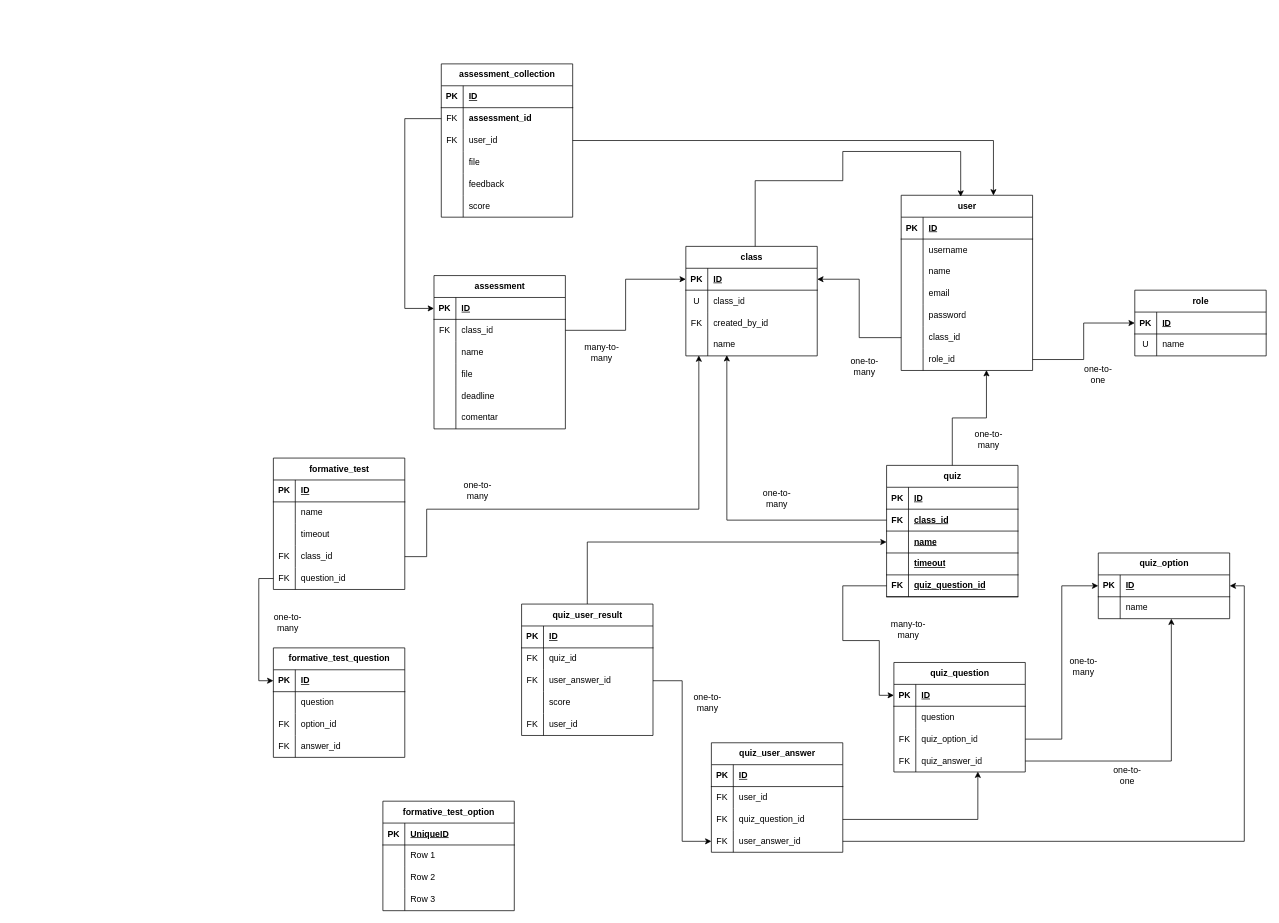
Earlier version of the draw.io diagram docs/relationship.drawio (alf4ridzi/edukarsa). Source tidied: cells renumbered, new cells numbered last; positions are measured from the earlier drawing's top-left corner, leaving out a move shared by most shapes. Both pictures are drawn from the tidied source at 73%, with x=0, y=0 at pixel (266, 64).
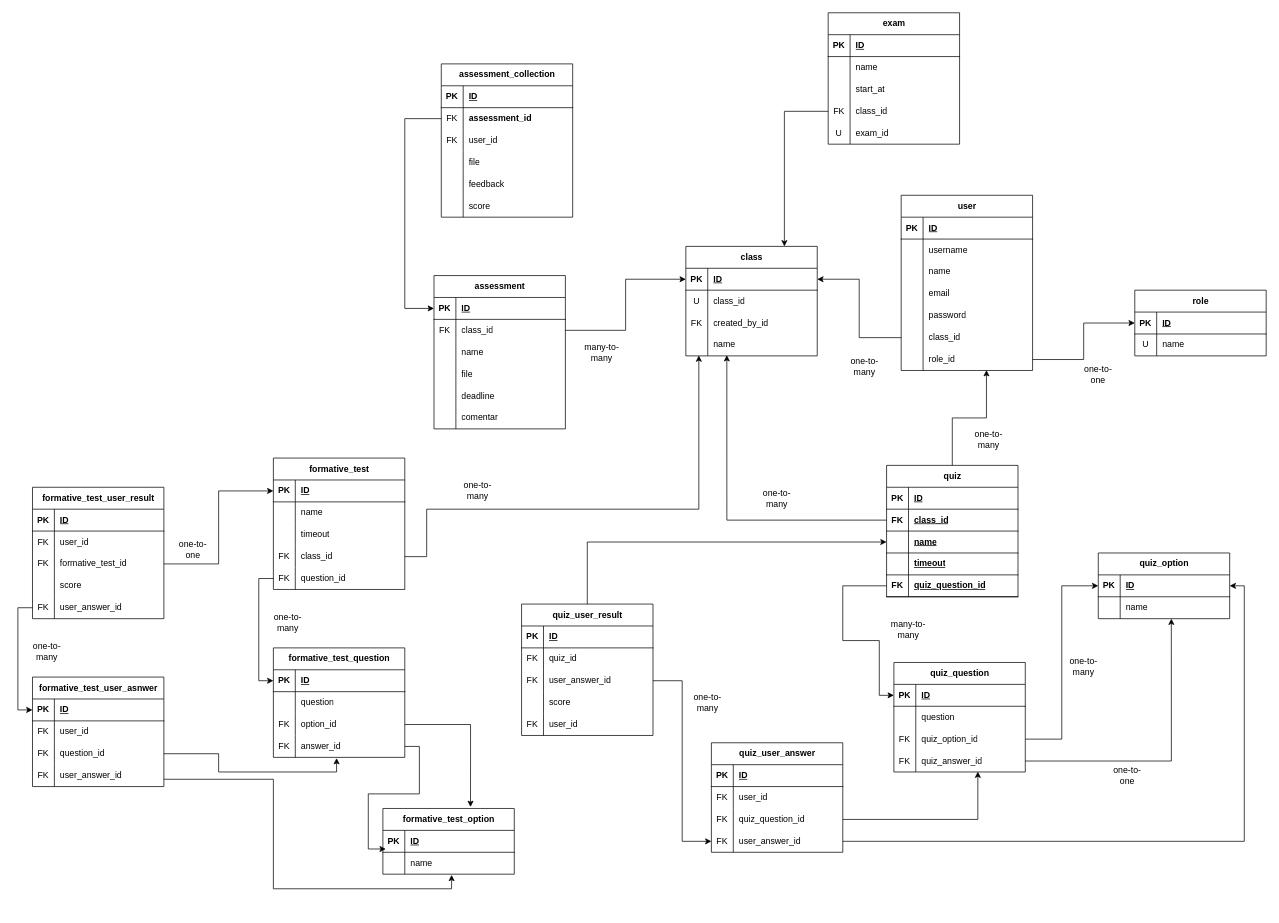
The same page after the edit.

The change refers to these unchanged cells:
```xml
<mxCell id="2" value="user" style="shape=table;startSize=30;childLayout=tableLayout;rowLines=0;fontStyle=1;align=center;html=1;" parent="1" vertex="1">
  <mxGeometry x="870" y="180" width="180" height="240" as="geometry" />
</mxCell>
<mxCell id="31" value="class" style="shape=table;startSize=30;childLayout=tableLayout;rowLines=0;fontStyle=1;align=center;html=1;" parent="1" vertex="1">
  <mxGeometry x="575" y="250" width="180" height="150" as="geometry" />
</mxCell>
<mxCell id="106" style="shape=tableRow;horizontal=0;startSize=0;swimlaneHead=0;swimlaneBody=0;fillColor=none;points=[[0,0.5],[1,0.5]];portConstraint=eastwest;top=0;left=0;right=0;bottom=0;" parent="99" vertex="1">
  <mxGeometry y="90" width="180" height="30" as="geometry" />
</mxCell>
<mxCell id="176" style="shape=tableRow;horizontal=0;startSize=0;swimlaneHead=0;swimlaneBody=0;fillColor=none;points=[[0,0.5],[1,0.5]];portConstraint=eastwest;top=0;left=0;right=0;bottom=1;" parent="175" vertex="1">
  <mxGeometry y="30" width="180" height="30" as="geometry" />
</mxCell>
<mxCell id="200" style="shape=tableRow;horizontal=0;startSize=0;swimlaneHead=0;swimlaneBody=0;fillColor=none;points=[[0,0.5],[1,0.5]];portConstraint=eastwest;top=0;left=0;right=0;bottom=0;" parent="193" vertex="1">
  <mxGeometry y="90" width="180" height="30" as="geometry" />
</mxCell>
<mxCell id="203" style="shape=tableRow;horizontal=0;startSize=0;swimlaneHead=0;swimlaneBody=0;fillColor=none;points=[[0,0.5],[1,0.5]];portConstraint=eastwest;top=0;left=0;right=0;bottom=0;" parent="193" vertex="1">
  <mxGeometry y="120" width="180" height="30" as="geometry" />
</mxCell>
<mxCell id="209" style="shape=tableRow;horizontal=0;startSize=0;swimlaneHead=0;swimlaneBody=0;fillColor=none;points=[[0,0.5],[1,0.5]];portConstraint=eastwest;top=0;left=0;right=0;bottom=1;" parent="208" vertex="1">
  <mxGeometry y="30" width="180" height="30" as="geometry" />
</mxCell>
<mxCell id="212" style="shape=tableRow;horizontal=0;startSize=0;swimlaneHead=0;swimlaneBody=0;fillColor=none;points=[[0,0.5],[1,0.5]];portConstraint=eastwest;top=0;left=0;right=0;bottom=0;" parent="208" vertex="1">
  <mxGeometry y="60" width="180" height="30" as="geometry" />
</mxCell>
```

What changed in the source:
```diff
@@
-    <mxCell id="47" style="edgeStyle=orthogonalEdgeStyle;rounded=0;jettySize=auto;html=1;entryX=0.453;entryY=0.008;entryDx=0;entryDy=0;entryPerimeter=0;" parent="1" edge="1" source="31" target="2">
-      <mxGeometry relative="1" as="geometry">
-        <Array as="points">
-          <mxPoint x="670" y="160" />
-          <mxPoint x="790" y="160" />
-          <mxPoint x="790" y="120" />
-          <mxPoint x="952" y="120" />
-        </Array>
-      </mxGeometry>
-    </mxCell>
@@
-    <mxCell id="119" style="edgeStyle=orthogonalEdgeStyle;rounded=0;jettySize=auto;html=1;entryX=0.702;entryY=0.001;entryDx=0;entryDy=0;entryPerimeter=0;" parent="1" edge="1" source="106" target="2">
-      <mxGeometry relative="1" as="geometry">
-        <Array as="points">
-          <mxPoint x="996" y="105" />
-        </Array>
-      </mxGeometry>
-    </mxCell>
@@
     <mxCell id="208" value="formative_test_option" style="shape=table;startSize=30;childLayout=tableLayout;rowLines=0;fontStyle=1;align=center;html=1;" parent="1" vertex="1">
-      <mxGeometry x="160" y="1010" width="180" height="150" as="geometry" />
+      <mxGeometry x="160" y="1020" width="180" height="90" as="geometry" />
     </mxCell>
@@
-    <mxCell id="211" value="UniqueID" style="shape=partialRectangle;fillColor=none;top=0;left=0;bottom=0;right=0;align=left;spacingLeft=6;fontStyle=5;overflow=hidden;whiteSpace=wrap;html=1;" parent="209" vertex="1">
+    <mxCell id="211" value="ID" style="shape=partialRectangle;fillColor=none;top=0;left=0;bottom=0;right=0;align=left;spacingLeft=6;fontStyle=5;overflow=hidden;whiteSpace=wrap;html=1;" parent="209" vertex="1">
       <mxGeometry x="30" width="150" height="30" as="geometry" />
     </mxCell>
@@
-    <mxCell id="214" value="Row 1" style="shape=partialRectangle;fillColor=none;top=0;left=0;bottom=0;right=0;align=left;spacingLeft=6;overflow=hidden;whiteSpace=wrap;html=1;" parent="212" vertex="1">
+    <mxCell id="214" value="name" style="shape=partialRectangle;fillColor=none;top=0;left=0;bottom=0;right=0;align=left;spacingLeft=6;overflow=hidden;whiteSpace=wrap;html=1;" parent="212" vertex="1">
       <mxGeometry x="30" width="150" height="30" as="geometry" />
     </mxCell>
-    <mxCell id="215" style="shape=tableRow;horizontal=0;startSize=0;swimlaneHead=0;swimlaneBody=0;fillColor=none;top=0;left=0;right=0;bottom=0;" parent="208" vertex="1">
-      <mxGeometry y="90" width="180" height="30" as="geometry" />
-    </mxCell>
-    <mxCell id="216" style="shape=partialRectangle;fillColor=none;top=0;left=0;bottom=0;right=0;overflow=hidden;whiteSpace=wrap;html=1;" parent="215" vertex="1">
-      <mxGeometry width="30" height="30" as="geometry" />
-    </mxCell>
-    <mxCell id="217" value="Row 2" style="shape=partialRectangle;fillColor=none;top=0;left=0;bottom=0;right=0;align=left;spacingLeft=6;overflow=hidden;whiteSpace=wrap;html=1;" parent="215" vertex="1">
-      <mxGeometry x="30" width="150" height="30" as="geometry" />
-    </mxCell>
-    <mxCell id="218" style="shape=tableRow;horizontal=0;startSize=0;swimlaneHead=0;swimlaneBody=0;fillColor=none;top=0;left=0;right=0;bottom=0;" parent="208" vertex="1">
-      <mxGeometry y="120" width="180" height="30" as="geometry" />
-    </mxCell>
-    <mxCell id="219" style="shape=partialRectangle;fillColor=none;top=0;left=0;bottom=0;right=0;overflow=hidden;whiteSpace=wrap;html=1;" parent="218" vertex="1">
-      <mxGeometry width="30" height="30" as="geometry" />
-    </mxCell>
-    <mxCell id="220" value="Row 3" style="shape=partialRectangle;fillColor=none;top=0;left=0;bottom=0;right=0;align=left;spacingLeft=6;overflow=hidden;whiteSpace=wrap;html=1;" parent="218" vertex="1">
-      <mxGeometry x="30" width="150" height="30" as="geometry" />
-    </mxCell>
+    <mxCell id="221" style="edgeStyle=orthogonalEdgeStyle;rounded=0;jettySize=auto;html=1;entryX=0.667;entryY=-0.023;entryDx=0;entryDy=0;entryPerimeter=0;" parent="1" edge="1" source="200" target="208">
+      <mxGeometry relative="1" as="geometry" />
+    </mxCell>
+    <mxCell id="222" style="edgeStyle=orthogonalEdgeStyle;rounded=0;jettySize=auto;html=1;entryX=0.022;entryY=0.85;entryDx=0;entryDy=0;entryPerimeter=0;" parent="1" edge="1" source="203" target="209">
+      <mxGeometry relative="1" as="geometry" />
+    </mxCell>
+    <mxCell id="223" value="formative_test_user_result" style="shape=table;startSize=30;childLayout=tableLayout;rowLines=0;fontStyle=1;align=center;html=1;" parent="1" vertex="1">
+      <mxGeometry x="-320" y="580" width="180" height="180" as="geometry" />
+    </mxCell>
+    <mxCell id="224" style="shape=tableRow;horizontal=0;startSize=0;swimlaneHead=0;swimlaneBody=0;fillColor=none;top=0;left=0;right=0;bottom=1;" parent="223" vertex="1">
+      <mxGeometry y="30" width="180" height="30" as="geometry" />
+    </mxCell>
+    <mxCell id="225" value="PK" style="shape=partialRectangle;fillColor=none;top=0;left=0;bottom=0;right=0;fontStyle=1;overflow=hidden;whiteSpace=wrap;html=1;" parent="224" vertex="1">
+      <mxGeometry width="30" height="30" as="geometry" />
+    </mxCell>
+    <mxCell id="226" value="ID" style="shape=partialRectangle;fillColor=none;top=0;left=0;bottom=0;right=0;align=left;spacingLeft=6;fontStyle=5;overflow=hidden;whiteSpace=wrap;html=1;" parent="224" vertex="1">
+      <mxGeometry x="30" width="150" height="30" as="geometry" />
+    </mxCell>
+    <mxCell id="227" style="shape=tableRow;horizontal=0;startSize=0;swimlaneHead=0;swimlaneBody=0;fillColor=none;top=0;left=0;right=0;bottom=0;" parent="223" vertex="1">
+      <mxGeometry y="60" width="180" height="30" as="geometry" />
+    </mxCell>
+    <mxCell id="228" value="FK" style="shape=partialRectangle;fillColor=none;top=0;left=0;bottom=0;right=0;overflow=hidden;whiteSpace=wrap;html=1;" parent="227" vertex="1">
+      <mxGeometry width="30" height="30" as="geometry" />
+    </mxCell>
+    <mxCell id="229" value="user_id" style="shape=partialRectangle;fillColor=none;top=0;left=0;bottom=0;right=0;align=left;spacingLeft=6;overflow=hidden;whiteSpace=wrap;html=1;" parent="227" vertex="1">
+      <mxGeometry x="30" width="150" height="30" as="geometry" />
+    </mxCell>
+    <mxCell id="230" style="shape=tableRow;horizontal=0;startSize=0;swimlaneHead=0;swimlaneBody=0;fillColor=none;points=[[0,0.5],[1,0.5]];portConstraint=eastwest;top=0;left=0;right=0;bottom=0;" parent="223" vertex="1">
+      <mxGeometry y="90" width="180" height="30" as="geometry" />
+    </mxCell>
+    <mxCell id="231" value="FK" style="shape=partialRectangle;fillColor=none;top=0;left=0;bottom=0;right=0;overflow=hidden;whiteSpace=wrap;html=1;" parent="230" vertex="1">
+      <mxGeometry width="30" height="30" as="geometry" />
+    </mxCell>
+    <mxCell id="232" value="formative_test_id" style="shape=partialRectangle;fillColor=none;top=0;left=0;bottom=0;right=0;align=left;spacingLeft=6;overflow=hidden;whiteSpace=wrap;html=1;" parent="230" vertex="1">
+      <mxGeometry x="30" width="150" height="30" as="geometry" />
+    </mxCell>
+    <mxCell id="233" style="shape=tableRow;horizontal=0;startSize=0;swimlaneHead=0;swimlaneBody=0;fillColor=none;top=0;left=0;right=0;bottom=0;" parent="223" vertex="1">
+      <mxGeometry y="120" width="180" height="30" as="geometry" />
+    </mxCell>
+    <mxCell id="234" style="shape=partialRectangle;fillColor=none;top=0;left=0;bottom=0;right=0;overflow=hidden;whiteSpace=wrap;html=1;" parent="233" vertex="1">
+      <mxGeometry width="30" height="30" as="geometry" />
+    </mxCell>
+    <mxCell id="235" value="score" style="shape=partialRectangle;fillColor=none;top=0;left=0;bottom=0;right=0;align=left;spacingLeft=6;overflow=hidden;whiteSpace=wrap;html=1;" parent="233" vertex="1">
+      <mxGeometry x="30" width="150" height="30" as="geometry" />
+    </mxCell>
+    <mxCell id="236" style="shape=tableRow;horizontal=0;startSize=0;swimlaneHead=0;swimlaneBody=0;fillColor=none;points=[[0,0.5],[1,0.5]];portConstraint=eastwest;top=0;left=0;right=0;bottom=0;" parent="223" vertex="1">
+      <mxGeometry y="150" width="180" height="30" as="geometry" />
+    </mxCell>
+    <mxCell id="237" value="FK" style="shape=partialRectangle;fillColor=none;top=0;left=0;bottom=0;right=0;overflow=hidden;whiteSpace=wrap;html=1;" parent="236" vertex="1">
+      <mxGeometry width="30" height="30" as="geometry" />
+    </mxCell>
+    <mxCell id="238" value="user_answer_id" style="shape=partialRectangle;fillColor=none;top=0;left=0;bottom=0;right=0;align=left;spacingLeft=6;overflow=hidden;whiteSpace=wrap;html=1;" parent="236" vertex="1">
+      <mxGeometry x="30" width="150" height="30" as="geometry" />
+    </mxCell>
+    <mxCell id="239" style="edgeStyle=orthogonalEdgeStyle;rounded=0;jettySize=auto;html=1;entryX=0;entryY=0.5;entryDx=0;entryDy=0;" parent="1" edge="1" source="230" target="176">
+      <mxGeometry relative="1" as="geometry" />
+    </mxCell>
+    <mxCell id="240" value="one-to-one" style="text;html=1;whiteSpace=wrap;strokeColor=none;fillColor=none;align=center;verticalAlign=middle;rounded=0;" parent="1" vertex="1">
+      <mxGeometry x="-130" y="650" width="60" height="30" as="geometry" />
+    </mxCell>
+    <mxCell id="241" value="formative_test_user_asnwer" style="shape=table;startSize=30;childLayout=tableLayout;rowLines=0;fontStyle=1;align=center;html=1;" parent="1" vertex="1">
+      <mxGeometry x="-320" y="840" width="180" height="150" as="geometry" />
+    </mxCell>
+    <mxCell id="242" style="shape=tableRow;horizontal=0;startSize=0;swimlaneHead=0;swimlaneBody=0;fillColor=none;points=[[0,0.5],[1,0.5]];portConstraint=eastwest;top=0;left=0;right=0;bottom=1;" parent="241" vertex="1">
+      <mxGeometry y="30" width="180" height="30" as="geometry" />
+    </mxCell>
+    <mxCell id="243" value="PK" style="shape=partialRectangle;fillColor=none;top=0;left=0;bottom=0;right=0;fontStyle=1;overflow=hidden;whiteSpace=wrap;html=1;" parent="242" vertex="1">
+      <mxGeometry width="30" height="30" as="geometry" />
+    </mxCell>
+    <mxCell id="244" value="ID" style="shape=partialRectangle;fillColor=none;top=0;left=0;bottom=0;right=0;align=left;spacingLeft=6;fontStyle=5;overflow=hidden;whiteSpace=wrap;html=1;" parent="242" vertex="1">
+      <mxGeometry x="30" width="150" height="30" as="geometry" />
+    </mxCell>
+    <mxCell id="245" style="shape=tableRow;horizontal=0;startSize=0;swimlaneHead=0;swimlaneBody=0;fillColor=none;top=0;left=0;right=0;bottom=0;" parent="241" vertex="1">
+      <mxGeometry y="60" width="180" height="30" as="geometry" />
+    </mxCell>
+    <mxCell id="246" value="FK" style="shape=partialRectangle;fillColor=none;top=0;left=0;bottom=0;right=0;overflow=hidden;whiteSpace=wrap;html=1;" parent="245" vertex="1">
+      <mxGeometry width="30" height="30" as="geometry" />
+    </mxCell>
+    <mxCell id="247" value="user_id" style="shape=partialRectangle;fillColor=none;top=0;left=0;bottom=0;right=0;align=left;spacingLeft=6;overflow=hidden;whiteSpace=wrap;html=1;" parent="245" vertex="1">
+      <mxGeometry x="30" width="150" height="30" as="geometry" />
+    </mxCell>
+    <mxCell id="248" style="shape=tableRow;horizontal=0;startSize=0;swimlaneHead=0;swimlaneBody=0;fillColor=none;points=[[0,0.5],[1,0.5]];portConstraint=eastwest;top=0;left=0;right=0;bottom=0;" parent="241" vertex="1">
+      <mxGeometry y="90" width="180" height="30" as="geometry" />
+    </mxCell>
+    <mxCell id="249" value="FK" style="shape=partialRectangle;fillColor=none;top=0;left=0;bottom=0;right=0;overflow=hidden;whiteSpace=wrap;html=1;" parent="248" vertex="1">
+      <mxGeometry width="30" height="30" as="geometry" />
+    </mxCell>
+    <mxCell id="250" value="question_id" style="shape=partialRectangle;fillColor=none;top=0;left=0;bottom=0;right=0;align=left;spacingLeft=6;overflow=hidden;whiteSpace=wrap;html=1;" parent="248" vertex="1">
+      <mxGeometry x="30" width="150" height="30" as="geometry" />
+    </mxCell>
+    <mxCell id="251" style="shape=tableRow;horizontal=0;startSize=0;swimlaneHead=0;swimlaneBody=0;fillColor=none;points=[[0,0.5],[1,0.5]];portConstraint=eastwest;top=0;left=0;right=0;bottom=0;" parent="241" vertex="1">
+      <mxGeometry y="120" width="180" height="30" as="geometry" />
+    </mxCell>
+    <mxCell id="252" value="FK" style="shape=partialRectangle;fillColor=none;top=0;left=0;bottom=0;right=0;overflow=hidden;whiteSpace=wrap;html=1;" parent="251" vertex="1">
+      <mxGeometry width="30" height="30" as="geometry" />
+    </mxCell>
+    <mxCell id="253" value="user_answer_id" style="shape=partialRectangle;fillColor=none;top=0;left=0;bottom=0;right=0;align=left;spacingLeft=6;overflow=hidden;whiteSpace=wrap;html=1;" parent="251" vertex="1">
+      <mxGeometry x="30" width="150" height="30" as="geometry" />
+    </mxCell>
+    <mxCell id="254" style="edgeStyle=orthogonalEdgeStyle;rounded=0;jettySize=auto;html=1;entryX=0;entryY=0.5;entryDx=0;entryDy=0;" parent="1" edge="1" source="236" target="242">
+      <mxGeometry relative="1" as="geometry" />
+    </mxCell>
+    <mxCell id="255" value="one-to-many" style="text;html=1;align=center;verticalAlign=middle;whiteSpace=wrap;rounded=0;" parent="1" vertex="1">
+      <mxGeometry x="-330" y="790" width="60" height="30" as="geometry" />
+    </mxCell>
+    <mxCell id="256" style="edgeStyle=orthogonalEdgeStyle;rounded=0;jettySize=auto;html=1;entryX=0.481;entryY=1.033;entryDx=0;entryDy=0;entryPerimeter=0;" parent="1" edge="1" source="248" target="203">
+      <mxGeometry relative="1" as="geometry" />
+    </mxCell>
+    <mxCell id="257" style="edgeStyle=orthogonalEdgeStyle;rounded=0;jettySize=auto;html=1;entryX=0.523;entryY=1.033;entryDx=0;entryDy=0;entryPerimeter=0;" parent="1" edge="1" source="251" target="212">
+      <mxGeometry relative="1" as="geometry">
+        <Array as="points">
+          <mxPoint x="10" y="980" />
+          <mxPoint x="10" y="1130" />
+          <mxPoint x="254" y="1130" />
+        </Array>
+      </mxGeometry>
+    </mxCell>
+    <mxCell id="258" value="exam" style="shape=table;startSize=30;childLayout=tableLayout;rowLines=0;fontStyle=1;align=center;html=1;" parent="1" vertex="1">
+      <mxGeometry x="770" y="-70" width="180" height="180" as="geometry" />
+    </mxCell>
+    <mxCell id="259" style="shape=tableRow;horizontal=0;startSize=0;swimlaneHead=0;swimlaneBody=0;fillColor=none;top=0;left=0;right=0;bottom=1;" parent="258" vertex="1">
+      <mxGeometry y="30" width="180" height="30" as="geometry" />
+    </mxCell>
+    <mxCell id="260" value="PK" style="shape=partialRectangle;fillColor=none;top=0;left=0;bottom=0;right=0;fontStyle=1;overflow=hidden;whiteSpace=wrap;html=1;" parent="259" vertex="1">
+      <mxGeometry width="30" height="30" as="geometry" />
+    </mxCell>
+    <mxCell id="261" value="ID" style="shape=partialRectangle;fillColor=none;top=0;left=0;bottom=0;right=0;align=left;spacingLeft=6;fontStyle=5;overflow=hidden;whiteSpace=wrap;html=1;" parent="259" vertex="1">
+      <mxGeometry x="30" width="150" height="30" as="geometry" />
+    </mxCell>
+    <mxCell id="262" style="shape=tableRow;horizontal=0;startSize=0;swimlaneHead=0;swimlaneBody=0;fillColor=none;top=0;left=0;right=0;bottom=0;" parent="258" vertex="1">
+      <mxGeometry y="60" width="180" height="30" as="geometry" />
+    </mxCell>
+    <mxCell id="263" style="shape=partialRectangle;fillColor=none;top=0;left=0;bottom=0;right=0;overflow=hidden;whiteSpace=wrap;html=1;" parent="262" vertex="1">
+      <mxGeometry width="30" height="30" as="geometry" />
+    </mxCell>
+    <mxCell id="264" value="name" style="shape=partialRectangle;fillColor=none;top=0;left=0;bottom=0;right=0;align=left;spacingLeft=6;overflow=hidden;whiteSpace=wrap;html=1;" parent="262" vertex="1">
+      <mxGeometry x="30" width="150" height="30" as="geometry" />
+    </mxCell>
+    <mxCell id="265" style="shape=tableRow;horizontal=0;startSize=0;swimlaneHead=0;swimlaneBody=0;fillColor=none;top=0;left=0;right=0;bottom=0;" parent="258" vertex="1">
+      <mxGeometry y="90" width="180" height="30" as="geometry" />
+    </mxCell>
+    <mxCell id="266" style="shape=partialRectangle;fillColor=none;top=0;left=0;bottom=0;right=0;overflow=hidden;whiteSpace=wrap;html=1;" parent="265" vertex="1">
+      <mxGeometry width="30" height="30" as="geometry" />
+    </mxCell>
+    <mxCell id="267" value="start_at" style="shape=partialRectangle;fillColor=none;top=0;left=0;bottom=0;right=0;align=left;spacingLeft=6;overflow=hidden;whiteSpace=wrap;html=1;" parent="265" vertex="1">
+      <mxGeometry x="30" width="150" height="30" as="geometry" />
+    </mxCell>
+    <mxCell id="268" style="shape=tableRow;horizontal=0;startSize=0;swimlaneHead=0;swimlaneBody=0;fillColor=none;points=[[0,0.5],[1,0.5]];portConstraint=eastwest;top=0;left=0;right=0;bottom=0;" parent="258" vertex="1">
+      <mxGeometry y="120" width="180" height="30" as="geometry" />
+    </mxCell>
+    <mxCell id="269" value="FK" style="shape=partialRectangle;fillColor=none;top=0;left=0;bottom=0;right=0;overflow=hidden;whiteSpace=wrap;html=1;" parent="268" vertex="1">
+      <mxGeometry width="30" height="30" as="geometry" />
+    </mxCell>
+    <mxCell id="270" value="class_id" style="shape=partialRectangle;fillColor=none;top=0;left=0;bottom=0;right=0;align=left;spacingLeft=6;overflow=hidden;whiteSpace=wrap;html=1;" parent="268" vertex="1">
+      <mxGeometry x="30" width="150" height="30" as="geometry" />
+    </mxCell>
+    <mxCell id="271" style="shape=tableRow;horizontal=0;startSize=0;swimlaneHead=0;swimlaneBody=0;fillColor=none;top=0;left=0;right=0;bottom=0;" parent="258" vertex="1">
+      <mxGeometry y="150" width="180" height="30" as="geometry" />
+    </mxCell>
+    <mxCell id="272" value="U" style="shape=partialRectangle;fillColor=none;top=0;left=0;bottom=0;right=0;overflow=hidden;whiteSpace=wrap;html=1;" parent="271" vertex="1">
+      <mxGeometry width="30" height="30" as="geometry" />
+    </mxCell>
+    <mxCell id="273" value="exam_id" style="shape=partialRectangle;fillColor=none;top=0;left=0;bottom=0;right=0;align=left;spacingLeft=6;overflow=hidden;whiteSpace=wrap;html=1;" parent="271" vertex="1">
+      <mxGeometry x="30" width="150" height="30" as="geometry" />
+    </mxCell>
+    <mxCell id="274" style="edgeStyle=orthogonalEdgeStyle;rounded=0;jettySize=auto;html=1;entryX=0.75;entryY=0;entryDx=0;entryDy=0;" parent="1" edge="1" source="268" target="31">
+      <mxGeometry relative="1" as="geometry" />
+    </mxCell>
```
